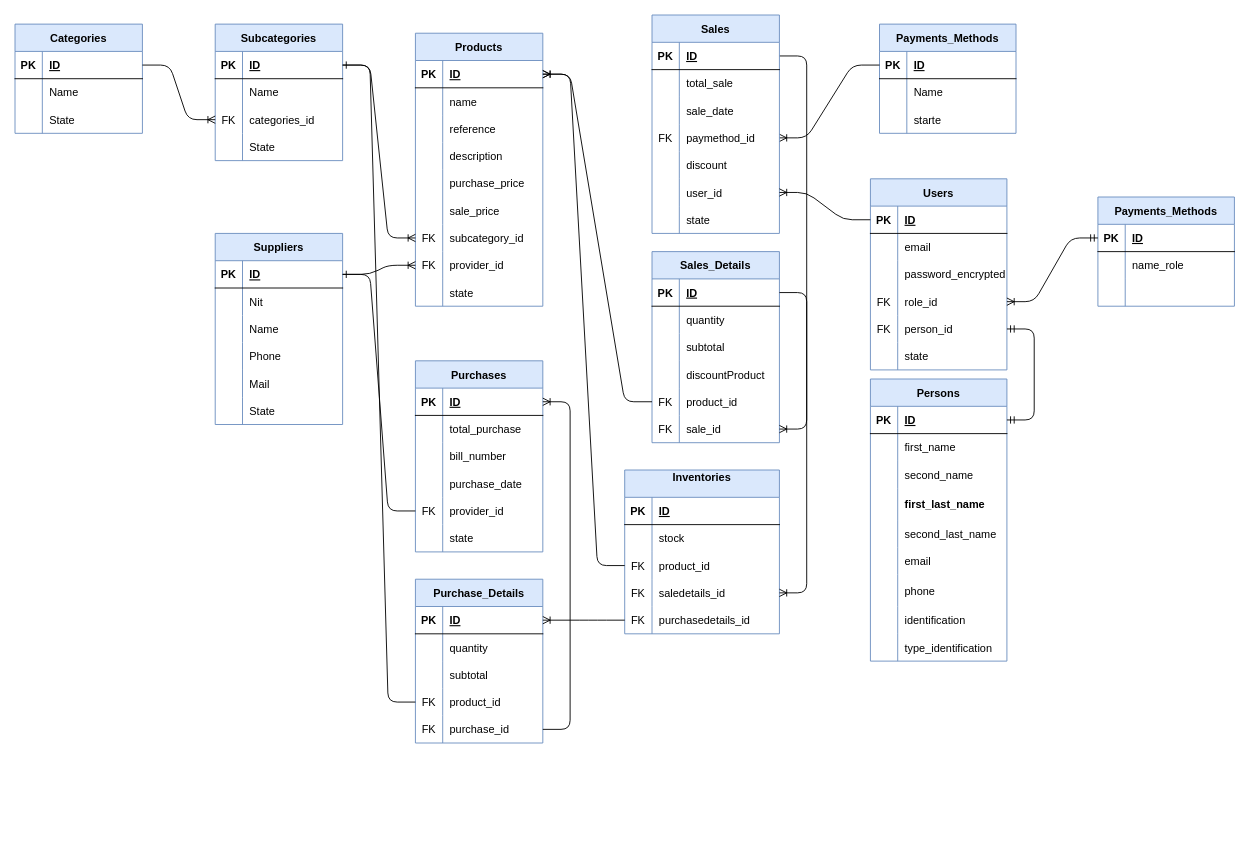
Above: Class Diagrams/ClassDiagram.drawio in MiguelPardo22/InventoryCCEP (draw.io), before the change. Source tidied: cells renumbered, new cells numbered last; positions are measured from the earlier drawing's top-left corner, leaving out a move shared by most shapes. Both pictures are drawn from the tidied source at 91%, with x=0, y=0 at pixel (15, 15).
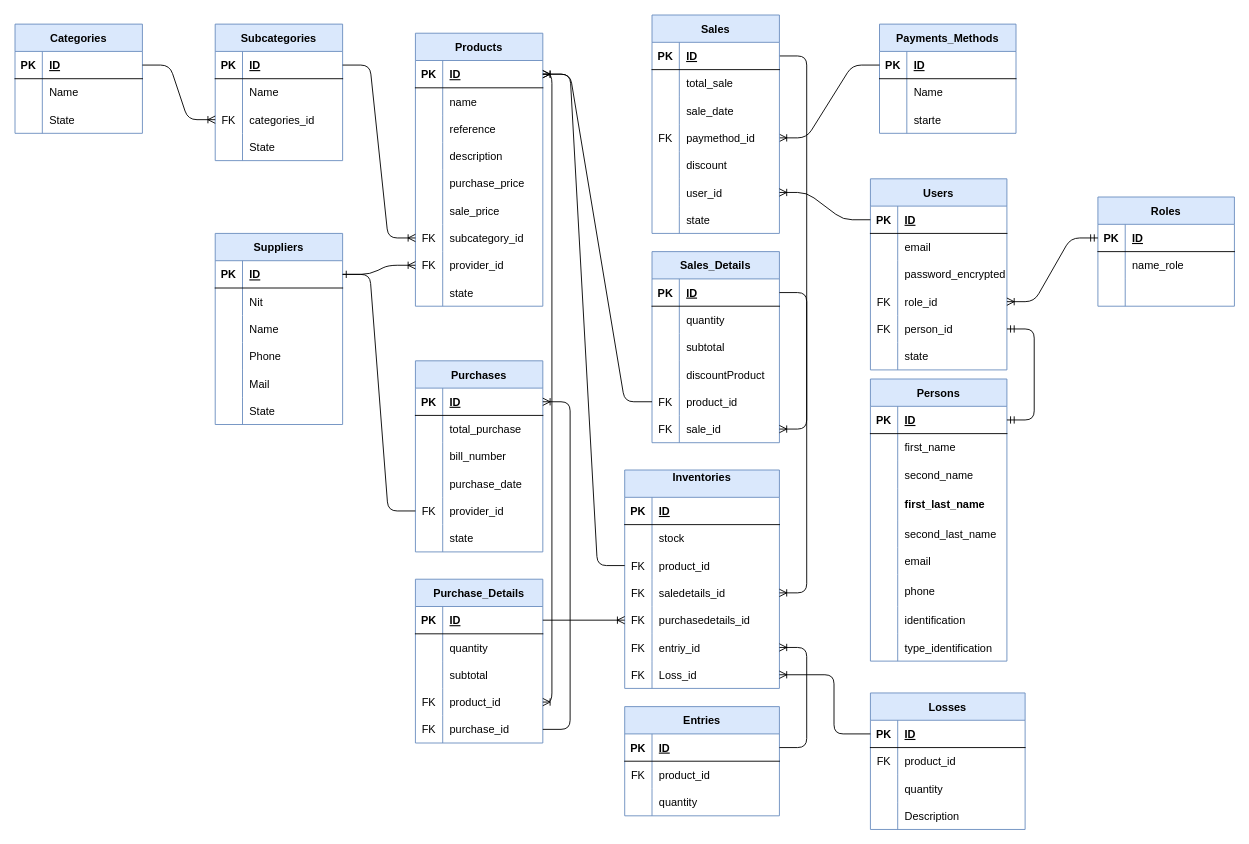
The same diagram, later.

The change refers to these unchanged cells:
```xml
<mxCell id="13" style="shape=tableRow;horizontal=0;startSize=0;swimlaneHead=0;swimlaneBody=0;fillColor=none;points=[[0,0.5],[1,0.5]];portConstraint=eastwest;top=0;left=0;right=0;bottom=1;" parent="12" vertex="1">
  <mxGeometry y="30" width="140" height="30" as="geometry" />
</mxCell>
<mxCell id="45" style="shape=tableRow;horizontal=0;startSize=0;swimlaneHead=0;swimlaneBody=0;fillColor=none;points=[[0,0.5],[1,0.5]];portConstraint=eastwest;top=0;left=0;right=0;bottom=1;" parent="44" vertex="1">
  <mxGeometry y="30" width="140" height="30" as="geometry" />
</mxCell>
<mxCell id="117" style="shape=tableRow;horizontal=0;startSize=0;swimlaneHead=0;swimlaneBody=0;fillColor=none;points=[[0,0.5],[1,0.5]];portConstraint=eastwest;top=0;left=0;right=0;bottom=1;" parent="116" vertex="1">
  <mxGeometry y="30" width="140" height="30" as="geometry" />
</mxCell>
<mxCell id="126" style="shape=tableRow;horizontal=0;startSize=0;swimlaneHead=0;swimlaneBody=0;fillColor=none;points=[[0,0.5],[1,0.5]];portConstraint=eastwest;top=0;left=0;right=0;bottom=0;" parent="116" vertex="1">
  <mxGeometry y="120" width="140" height="30" as="geometry" />
</mxCell>
```

Change to the diagram source:
```diff
@@
-    <mxCell id="132" style="edgeStyle=entityRelationEdgeStyle;fontSize=12;html=1;endArrow=ERone;endFill=1;exitX=0;exitY=0.5;exitDx=0;exitDy=0;entryX=1;entryY=0.5;entryDx=0;entryDy=0;" parent="1" edge="1" source="126" target="13">
-      <mxGeometry relative="1" as="geometry" />
-    </mxCell>
@@
     <mxCell id="134" value="Inventories&#10;" style="shape=table;startSize=30;childLayout=tableLayout;rowLines=0;fontStyle=1;align=center;fillColor=#dae8fc;strokeColor=#6c8ebf;shadow=0;fontColor=#000000;" parent="1" vertex="1">
-      <mxGeometry x="670" y="500" width="170" height="180" as="geometry" />
+      <mxGeometry x="670" y="500" width="170" height="240" as="geometry" />
     </mxCell>
@@
-    <mxCell id="147" style="shape=tableRow;horizontal=0;startSize=0;swimlaneHead=0;swimlaneBody=0;fillColor=none;points=[[0,0.5],[1,0.5]];portConstraint=eastwest;top=0;left=0;right=0;bottom=0;" parent="134" vertex="1">
+    <mxCell id="147" style="shape=tableRow;horizontal=0;startSize=0;swimlaneHead=0;swimlaneBody=0;fillColor=none;points=[[0,0.5],[1,0.5]];portConstraint=eastwest;top=0;left=0;right=0;bottom=0;shadow=0;" parent="134" vertex="1">
       <mxGeometry y="150" width="170" height="30" as="geometry" />
     </mxCell>
@@
-    <mxCell id="150" style="edgeStyle=entityRelationEdgeStyle;fontSize=12;html=1;endArrow=ERoneToMany;exitX=0;exitY=0.5;exitDx=0;exitDy=0;entryX=1;entryY=0.5;entryDx=0;entryDy=0;" parent="1" edge="1" source="147" target="117">
-      <mxGeometry relative="1" as="geometry" />
-    </mxCell>
+    <mxCell id="246" style="shape=tableRow;horizontal=0;startSize=0;swimlaneHead=0;swimlaneBody=0;fillColor=none;points=[[0,0.5],[1,0.5]];portConstraint=eastwest;top=0;left=0;right=0;bottom=0;shadow=0;" parent="134" vertex="1">
+      <mxGeometry y="180" width="170" height="30" as="geometry" />
+    </mxCell>
+    <mxCell id="247" value="FK" style="shape=partialRectangle;fillColor=none;top=0;left=0;bottom=0;right=0;overflow=hidden;" parent="246" vertex="1">
+      <mxGeometry width="30" height="30" as="geometry" />
+    </mxCell>
+    <mxCell id="248" value="entriy_id" style="shape=partialRectangle;fillColor=none;top=0;left=0;bottom=0;right=0;align=left;spacingLeft=6;overflow=hidden;" parent="246" vertex="1">
+      <mxGeometry x="30" width="140" height="30" as="geometry" />
+    </mxCell>
+    <mxCell id="249" style="shape=tableRow;horizontal=0;startSize=0;swimlaneHead=0;swimlaneBody=0;fillColor=none;points=[[0,0.5],[1,0.5]];portConstraint=eastwest;top=0;left=0;right=0;bottom=0;shadow=0;" parent="134" vertex="1">
+      <mxGeometry y="210" width="170" height="30" as="geometry" />
+    </mxCell>
+    <mxCell id="250" value="FK" style="shape=partialRectangle;fillColor=none;top=0;left=0;bottom=0;right=0;overflow=hidden;" parent="249" vertex="1">
+      <mxGeometry width="30" height="30" as="geometry" />
+    </mxCell>
+    <mxCell id="251" value="Loss_id" style="shape=partialRectangle;fillColor=none;top=0;left=0;bottom=0;right=0;align=left;spacingLeft=6;overflow=hidden;" parent="249" vertex="1">
+      <mxGeometry x="30" width="140" height="30" as="geometry" />
+    </mxCell>
@@
-    <mxCell id="234" value="Payments_Methods" style="shape=table;startSize=30;childLayout=tableLayout;rowLines=0;fontStyle=1;align=center;fillColor=#dae8fc;strokeColor=#6c8ebf;shadow=0;fontColor=#000000;" parent="1" vertex="1">
+    <mxCell id="234" value="Roles" style="shape=table;startSize=30;childLayout=tableLayout;rowLines=0;fontStyle=1;align=center;fillColor=#dae8fc;strokeColor=#6c8ebf;shadow=0;fontColor=#000000;" parent="1" vertex="1">
       <mxGeometry x="1190" y="200" width="150" height="120" as="geometry" />
     </mxCell>
@@
+    <mxCell id="252" value="Entries" style="shape=table;startSize=30;childLayout=tableLayout;rowLines=0;fontStyle=1;align=center;fillColor=#dae8fc;strokeColor=#6c8ebf;shadow=0;fontColor=#000000;" parent="1" vertex="1">
+      <mxGeometry x="670" y="760" width="170" height="120" as="geometry" />
+    </mxCell>
+    <mxCell id="253" style="shape=tableRow;horizontal=0;startSize=0;swimlaneHead=0;swimlaneBody=0;fillColor=none;points=[[0,0.5],[1,0.5]];portConstraint=eastwest;top=0;left=0;right=0;bottom=1;" parent="252" vertex="1">
+      <mxGeometry y="30" width="170" height="30" as="geometry" />
+    </mxCell>
+    <mxCell id="254" value="PK" style="shape=partialRectangle;fillColor=none;top=0;left=0;bottom=0;right=0;fontStyle=1;overflow=hidden;" parent="253" vertex="1">
+      <mxGeometry width="30" height="30" as="geometry" />
+    </mxCell>
+    <mxCell id="255" value="ID" style="shape=partialRectangle;fillColor=none;top=0;left=0;bottom=0;right=0;align=left;spacingLeft=6;fontStyle=5;overflow=hidden;" parent="253" vertex="1">
+      <mxGeometry x="30" width="140" height="30" as="geometry" />
+    </mxCell>
+    <mxCell id="256" style="shape=tableRow;horizontal=0;startSize=0;swimlaneHead=0;swimlaneBody=0;fillColor=none;top=0;left=0;right=0;bottom=0;" parent="252" vertex="1">
+      <mxGeometry y="60" width="170" height="30" as="geometry" />
+    </mxCell>
+    <mxCell id="257" value="FK" style="shape=partialRectangle;fillColor=none;top=0;left=0;bottom=0;right=0;overflow=hidden;" parent="256" vertex="1">
+      <mxGeometry width="30" height="30" as="geometry" />
+    </mxCell>
+    <mxCell id="258" value="product_id" style="shape=partialRectangle;fillColor=none;top=0;left=0;bottom=0;right=0;align=left;spacingLeft=6;overflow=hidden;" parent="256" vertex="1">
+      <mxGeometry x="30" width="140" height="30" as="geometry" />
+    </mxCell>
+    <mxCell id="259" style="shape=tableRow;horizontal=0;startSize=0;swimlaneHead=0;swimlaneBody=0;fillColor=none;top=0;left=0;right=0;bottom=0;" parent="252" vertex="1">
+      <mxGeometry y="90" width="170" height="30" as="geometry" />
+    </mxCell>
+    <mxCell id="260" style="shape=partialRectangle;fillColor=none;top=0;left=0;bottom=0;right=0;overflow=hidden;" parent="259" vertex="1">
+      <mxGeometry width="30" height="30" as="geometry" />
+    </mxCell>
+    <mxCell id="261" value="quantity" style="shape=partialRectangle;fillColor=none;top=0;left=0;bottom=0;right=0;align=left;spacingLeft=6;overflow=hidden;" parent="259" vertex="1">
+      <mxGeometry x="30" width="140" height="30" as="geometry" />
+    </mxCell>
+    <mxCell id="262" style="edgeStyle=entityRelationEdgeStyle;fontSize=12;html=1;endArrow=ERoneToMany;exitX=1;exitY=0.5;exitDx=0;exitDy=0;entryX=1;entryY=0.5;entryDx=0;entryDy=0;" parent="1" edge="1" source="253" target="246">
+      <mxGeometry relative="1" as="geometry" />
+    </mxCell>
+    <mxCell id="263" style="edgeStyle=none;html=1;exitX=1;exitY=0.5;exitDx=0;exitDy=0;entryX=0;entryY=0.5;entryDx=0;entryDy=0;endArrow=ERoneToMany;endFill=0;" parent="1" edge="1" source="117" target="147">
+      <mxGeometry relative="1" as="geometry" />
+    </mxCell>
+    <mxCell id="264" value="Losses" style="shape=table;startSize=30;childLayout=tableLayout;rowLines=0;fontStyle=1;align=center;fillColor=#dae8fc;strokeColor=#6c8ebf;shadow=0;fontColor=#000000;" parent="1" vertex="1">
+      <mxGeometry x="940" y="745" width="170" height="150" as="geometry" />
+    </mxCell>
+    <mxCell id="265" style="shape=tableRow;horizontal=0;startSize=0;swimlaneHead=0;swimlaneBody=0;fillColor=none;points=[[0,0.5],[1,0.5]];portConstraint=eastwest;top=0;left=0;right=0;bottom=1;" parent="264" vertex="1">
+      <mxGeometry y="30" width="170" height="30" as="geometry" />
+    </mxCell>
+    <mxCell id="266" value="PK" style="shape=partialRectangle;fillColor=none;top=0;left=0;bottom=0;right=0;fontStyle=1;overflow=hidden;" parent="265" vertex="1">
+      <mxGeometry width="30" height="30" as="geometry" />
+    </mxCell>
+    <mxCell id="267" value="ID" style="shape=partialRectangle;fillColor=none;top=0;left=0;bottom=0;right=0;align=left;spacingLeft=6;fontStyle=5;overflow=hidden;" parent="265" vertex="1">
+      <mxGeometry x="30" width="140" height="30" as="geometry" />
+    </mxCell>
+    <mxCell id="268" style="shape=tableRow;horizontal=0;startSize=0;swimlaneHead=0;swimlaneBody=0;fillColor=none;top=0;left=0;right=0;bottom=0;" parent="264" vertex="1">
+      <mxGeometry y="60" width="170" height="30" as="geometry" />
+    </mxCell>
+    <mxCell id="269" value="FK" style="shape=partialRectangle;fillColor=none;top=0;left=0;bottom=0;right=0;overflow=hidden;" parent="268" vertex="1">
+      <mxGeometry width="30" height="30" as="geometry" />
+    </mxCell>
+    <mxCell id="270" value="product_id" style="shape=partialRectangle;fillColor=none;top=0;left=0;bottom=0;right=0;align=left;spacingLeft=6;overflow=hidden;" parent="268" vertex="1">
+      <mxGeometry x="30" width="140" height="30" as="geometry" />
+    </mxCell>
+    <mxCell id="271" style="shape=tableRow;horizontal=0;startSize=0;swimlaneHead=0;swimlaneBody=0;fillColor=none;top=0;left=0;right=0;bottom=0;" parent="264" vertex="1">
+      <mxGeometry y="90" width="170" height="30" as="geometry" />
+    </mxCell>
+    <mxCell id="272" style="shape=partialRectangle;fillColor=none;top=0;left=0;bottom=0;right=0;overflow=hidden;" parent="271" vertex="1">
+      <mxGeometry width="30" height="30" as="geometry" />
+    </mxCell>
+    <mxCell id="273" value="quantity" style="shape=partialRectangle;fillColor=none;top=0;left=0;bottom=0;right=0;align=left;spacingLeft=6;overflow=hidden;" parent="271" vertex="1">
+      <mxGeometry x="30" width="140" height="30" as="geometry" />
+    </mxCell>
+    <mxCell id="274" style="shape=tableRow;horizontal=0;startSize=0;swimlaneHead=0;swimlaneBody=0;fillColor=none;top=0;left=0;right=0;bottom=0;" parent="264" vertex="1">
+      <mxGeometry y="120" width="170" height="30" as="geometry" />
+    </mxCell>
+    <mxCell id="275" style="shape=partialRectangle;fillColor=none;top=0;left=0;bottom=0;right=0;overflow=hidden;" parent="274" vertex="1">
+      <mxGeometry width="30" height="30" as="geometry" />
+    </mxCell>
+    <mxCell id="276" value="Description" style="shape=partialRectangle;fillColor=none;top=0;left=0;bottom=0;right=0;align=left;spacingLeft=6;overflow=hidden;" parent="274" vertex="1">
+      <mxGeometry x="30" width="140" height="30" as="geometry" />
+    </mxCell>
+    <mxCell id="277" style="edgeStyle=none;html=1;exitX=0;exitY=0.5;exitDx=0;exitDy=0;entryX=1;entryY=0.5;entryDx=0;entryDy=0;endArrow=ERoneToMany;endFill=0;" parent="1" edge="1" source="265" target="249">
+      <mxGeometry relative="1" as="geometry">
+        <Array as="points">
+          <mxPoint x="900" y="790" />
+          <mxPoint x="900" y="725" />
+        </Array>
+      </mxGeometry>
+    </mxCell>
+    <mxCell id="278" style="edgeStyle=orthogonalEdgeStyle;html=1;exitX=1;exitY=0.5;exitDx=0;exitDy=0;entryX=1;entryY=0.5;entryDx=0;entryDy=0;endArrow=ERoneToMany;endFill=0;" parent="1" edge="1" source="45" target="126">
+      <mxGeometry relative="1" as="geometry" />
+    </mxCell>
```
